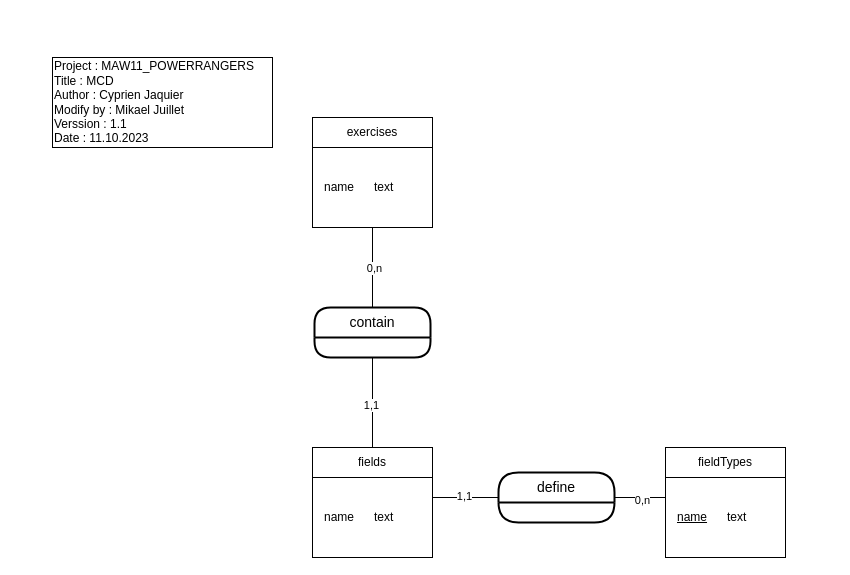
The draw.io diagram doc/db/MCD.drawio in CPNV-ES/MAW11_POWERRANGERS, before the edit. Source tidied: cells renumbered, new cells numbered last; positions are measured from the earlier drawing's top-left corner, leaving out a move shared by most shapes. Both pictures are drawn from the tidied source at 100%, with x=0, y=0 at pixel (52, 57).
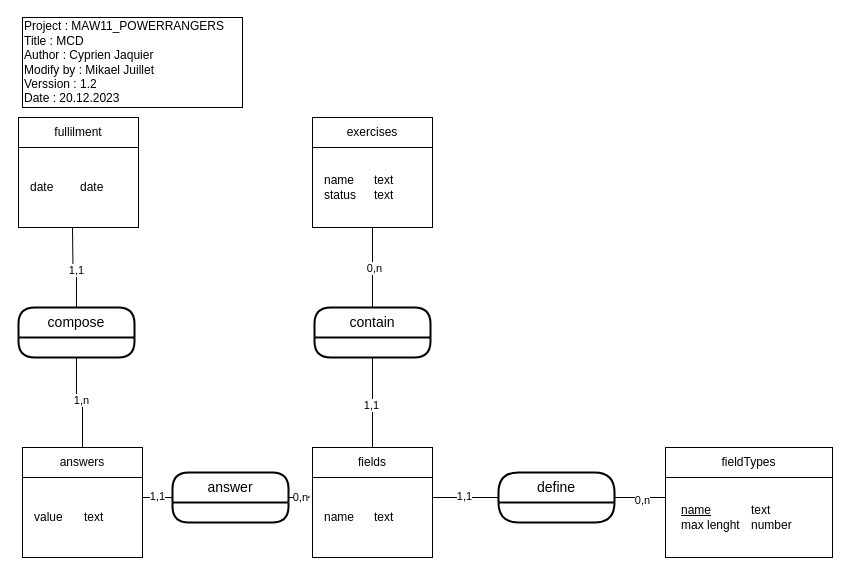
The same page after the edit.

Commit message (it also covers changes not shown here):
Chore : change uml diagram and mcd

Unchanged cells that the change refers to:
```xml
<mxCell id="2" style="group;" parent="1" vertex="1">
  <mxGeometry x="260" y="60" width="120" height="110" as="geometry" />
</mxCell>
<mxCell id="8" style="rounded=0;whiteSpace=wrap;html=1;" parent="7" vertex="1">
  <mxGeometry y="30" width="120" height="80" as="geometry" />
</mxCell>
```

Diff of the diagram source:
```diff
@@
-    <mxCell id="5" value="name" style="text;html=1;strokeColor=none;fillColor=none;align=left;verticalAlign=middle;whiteSpace=wrap;rounded=0;" parent="2" vertex="1">
+    <mxCell id="5" value="name&lt;br&gt;status" style="text;html=1;strokeColor=none;fillColor=none;align=left;verticalAlign=middle;whiteSpace=wrap;rounded=0;" parent="2" vertex="1">
       <mxGeometry x="10" y="30" width="50" height="80" as="geometry" />
     </mxCell>
-    <mxCell id="6" value="text" style="text;html=1;strokeColor=none;fillColor=none;align=left;verticalAlign=middle;whiteSpace=wrap;rounded=0;" parent="2" vertex="1">
+    <mxCell id="6" value="text&lt;br&gt;text" style="text;html=1;strokeColor=none;fillColor=none;align=left;verticalAlign=middle;whiteSpace=wrap;rounded=0;" parent="2" vertex="1">
       <mxGeometry x="60" y="30" width="60" height="80" as="geometry" />
     </mxCell>
@@
     <mxCell id="19" style="group;" parent="1" vertex="1">
-      <mxGeometry x="613" y="390" width="120" height="110" as="geometry" />
+      <mxGeometry x="613" y="390" width="167" height="110" as="geometry" />
     </mxCell>
     <mxCell id="20" style="rounded=0;whiteSpace=wrap;html=1;" parent="19" vertex="1">
-      <mxGeometry y="30" width="120" height="80" as="geometry" />
+      <mxGeometry y="30" width="167" height="80" as="geometry" />
     </mxCell>
     <mxCell id="21" value="fieldTypes" style="rounded=0;whiteSpace=wrap;html=1;" parent="19" vertex="1">
-      <mxGeometry width="120" height="30" as="geometry" />
+      <mxGeometry width="167" height="30" as="geometry" />
     </mxCell>
-    <mxCell id="22" value="&lt;u&gt;name&lt;/u&gt;" style="text;html=1;strokeColor=none;fillColor=none;align=left;verticalAlign=middle;whiteSpace=wrap;rounded=0;" parent="19" vertex="1">
-      <mxGeometry x="10" y="30" width="50" height="80" as="geometry" />
+    <mxCell id="22" value="&lt;u&gt;name&lt;/u&gt;&lt;br&gt;max lenght" style="text;html=1;strokeColor=none;fillColor=none;align=left;verticalAlign=middle;whiteSpace=wrap;rounded=0;" parent="19" vertex="1">
+      <mxGeometry x="13.9" y="30" width="69.6" height="80" as="geometry" />
     </mxCell>
-    <mxCell id="23" value="text" style="text;html=1;strokeColor=none;fillColor=none;align=left;verticalAlign=middle;whiteSpace=wrap;rounded=0;" parent="19" vertex="1">
-      <mxGeometry x="60" y="30" width="60" height="80" as="geometry" />
+    <mxCell id="23" value="text&lt;br&gt;number" style="text;html=1;strokeColor=none;fillColor=none;align=left;verticalAlign=middle;whiteSpace=wrap;rounded=0;" parent="19" vertex="1">
+      <mxGeometry x="83.5" y="30" width="83.5" height="80" as="geometry" />
     </mxCell>
@@
-    <mxCell id="25" value="Project :&amp;nbsp;MAW11_POWERRANGERS&lt;br&gt;Title : MCD&lt;br&gt;Author : Cyprien Jaquier&lt;br&gt;&lt;div style=&quot;&quot;&gt;&lt;span style=&quot;background-color: initial;&quot;&gt;Modify by : Mikael Juillet&lt;/span&gt;&lt;/div&gt;&lt;div style=&quot;&quot;&gt;&lt;span style=&quot;background-color: initial;&quot;&gt;Verssion : 1.1&amp;nbsp;&lt;/span&gt;&lt;/div&gt;&lt;div style=&quot;&quot;&gt;&lt;span style=&quot;background-color: initial;&quot;&gt;Date : 11.10.2023&lt;/span&gt;&lt;/div&gt;" style="html=1;whiteSpace=wrap;align=left;" parent="1" vertex="1">
-      <mxGeometry width="220" height="90" as="geometry" />
+    <mxCell id="25" value="Project :&amp;nbsp;MAW11_POWERRANGERS&lt;br&gt;Title : MCD&lt;br&gt;Author : Cyprien Jaquier&lt;br&gt;&lt;div style=&quot;&quot;&gt;&lt;span style=&quot;background-color: initial;&quot;&gt;Modify by : Mikael Juillet&lt;/span&gt;&lt;/div&gt;&lt;div style=&quot;&quot;&gt;&lt;span style=&quot;background-color: initial;&quot;&gt;Verssion : 1.2&lt;/span&gt;&lt;/div&gt;&lt;div style=&quot;&quot;&gt;&lt;span style=&quot;background-color: initial;&quot;&gt;Date : 20.12.2023&lt;/span&gt;&lt;/div&gt;" style="html=1;whiteSpace=wrap;align=left;" parent="1" vertex="1">
+      <mxGeometry x="-30" y="-40" width="220" height="90" as="geometry" />
     </mxCell>
@@
+    <mxCell id="32" style="group;" parent="1" vertex="1">
+      <mxGeometry x="-30" y="390" width="120" height="110" as="geometry" />
+    </mxCell>
+    <mxCell id="33" style="rounded=0;whiteSpace=wrap;html=1;" parent="32" vertex="1">
+      <mxGeometry y="30" width="120" height="80" as="geometry" />
+    </mxCell>
+    <mxCell id="34" value="answers" style="rounded=0;whiteSpace=wrap;html=1;" parent="32" vertex="1">
+      <mxGeometry width="120" height="30" as="geometry" />
+    </mxCell>
+    <mxCell id="35" value="value" style="text;html=1;strokeColor=none;fillColor=none;align=left;verticalAlign=middle;whiteSpace=wrap;rounded=0;" parent="32" vertex="1">
+      <mxGeometry x="10" y="30" width="50" height="80" as="geometry" />
+    </mxCell>
+    <mxCell id="36" value="text" style="text;html=1;strokeColor=none;fillColor=none;align=left;verticalAlign=middle;whiteSpace=wrap;rounded=0;" parent="32" vertex="1">
+      <mxGeometry x="60" y="30" width="60" height="80" as="geometry" />
+    </mxCell>
+    <mxCell id="37" style="group;" parent="1" vertex="1">
+      <mxGeometry x="-34" y="60" width="120" height="110" as="geometry" />
+    </mxCell>
+    <mxCell id="38" style="rounded=0;whiteSpace=wrap;html=1;" parent="37" vertex="1">
+      <mxGeometry y="30" width="120" height="80" as="geometry" />
+    </mxCell>
+    <mxCell id="39" value="fullilment" style="rounded=0;whiteSpace=wrap;html=1;" parent="37" vertex="1">
+      <mxGeometry width="120" height="30" as="geometry" />
+    </mxCell>
+    <mxCell id="40" value="date" style="text;html=1;strokeColor=none;fillColor=none;align=left;verticalAlign=middle;whiteSpace=wrap;rounded=0;" parent="37" vertex="1">
+      <mxGeometry x="10" y="30" width="50" height="80" as="geometry" />
+    </mxCell>
+    <mxCell id="41" value="date" style="text;html=1;strokeColor=none;fillColor=none;align=left;verticalAlign=middle;whiteSpace=wrap;rounded=0;" parent="37" vertex="1">
+      <mxGeometry x="60" y="30" width="60" height="80" as="geometry" />
+    </mxCell>
+    <mxCell id="42" style="edgeStyle=orthogonalEdgeStyle;rounded=0;jettySize=auto;html=1;entryX=1;entryY=0.25;entryDx=0;entryDy=0;endArrow=none;endFill=0;" parent="1" edge="1" source="44" target="36">
+      <mxGeometry relative="1" as="geometry" />
+    </mxCell>
+    <mxCell id="43" value="1,1" style="edgeLabel;html=1;align=center;verticalAlign=middle;" parent="42" vertex="1">
+      <mxGeometry x="-0.36" y="-2" relative="1" as="geometry" />
+    </mxCell>
+    <mxCell id="44" value="answer" style="swimlane;horizontal=1;startSize=30;rounded=1;fontSize=14;fontStyle=0;strokeWidth=2;shadow=0;dashed=0;align=center;arcSize=18;whiteSpace=wrap;html=1;" parent="1" vertex="1">
+      <mxGeometry x="120" y="415" width="116" height="50" as="geometry" />
+    </mxCell>
+    <mxCell id="45" style="edgeStyle=orthogonalEdgeStyle;rounded=0;jettySize=auto;html=1;exitX=1;exitY=0.5;exitDx=0;exitDy=0;entryX=-0.029;entryY=0.229;entryDx=0;entryDy=0;entryPerimeter=0;endArrow=none;endFill=0;" parent="1" edge="1" source="44" target="8">
+      <mxGeometry relative="1" as="geometry" />
+    </mxCell>
+    <mxCell id="46" value="0,n" style="edgeLabel;html=1;align=center;verticalAlign=middle;" parent="45" vertex="1">
+      <mxGeometry x="0.03" y="1" relative="1" as="geometry" />
+    </mxCell>
+    <mxCell id="47" style="edgeStyle=orthogonalEdgeStyle;rounded=0;jettySize=auto;html=1;entryX=0.5;entryY=0;entryDx=0;entryDy=0;endArrow=none;endFill=0;" parent="1" edge="1" source="49" target="34">
+      <mxGeometry relative="1" as="geometry" />
+    </mxCell>
+    <mxCell id="48" value="1,n" style="edgeLabel;html=1;align=center;verticalAlign=middle;" parent="47" vertex="1">
+      <mxGeometry x="0.02" y="3" relative="1" as="geometry" />
+    </mxCell>
+    <mxCell id="49" value="compose" style="swimlane;horizontal=1;startSize=30;rounded=1;fontSize=14;fontStyle=0;strokeWidth=2;shadow=0;dashed=0;align=center;arcSize=18;whiteSpace=wrap;html=1;" parent="1" vertex="1">
+      <mxGeometry x="-34" y="250" width="116" height="50" as="geometry" />
+    </mxCell>
+    <mxCell id="50" style="edgeStyle=orthogonalEdgeStyle;rounded=0;jettySize=auto;html=1;entryX=0.5;entryY=0;entryDx=0;entryDy=0;endArrow=none;endFill=0;" parent="1" edge="1" target="49">
+      <mxGeometry relative="1" as="geometry">
+        <mxPoint x="20" y="170" as="sourcePoint" />
+      </mxGeometry>
+    </mxCell>
+    <mxCell id="51" value="1,1" style="edgeLabel;html=1;align=center;verticalAlign=middle;" parent="50" vertex="1">
+      <mxGeometry x="0.09" y="-1" relative="1" as="geometry" />
+    </mxCell>
```
